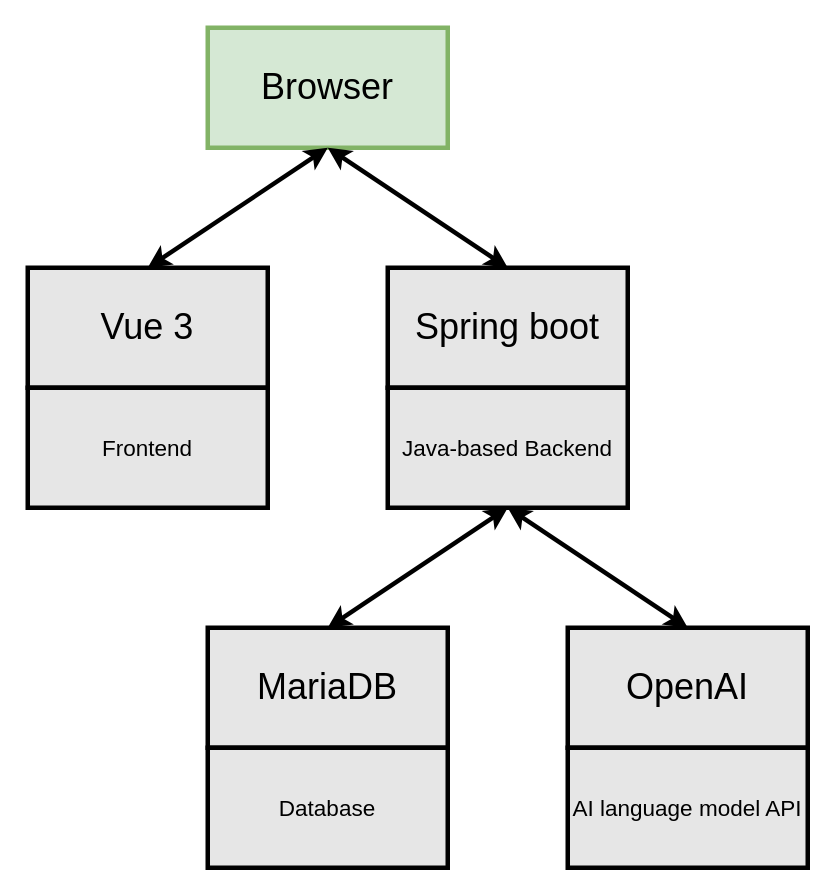
This is docs/architecture_diagram.drawio from spe-uob/2024-AILearningTool, a draw.io file, before an edit. Source tidied: cells renumbered, new cells numbered last; positions are measured from the earlier drawing's top-left corner, leaving out a move shared by most shapes. Both pictures are drawn from the tidied source at 150%, with x=0, y=0 at pixel (27, 27).
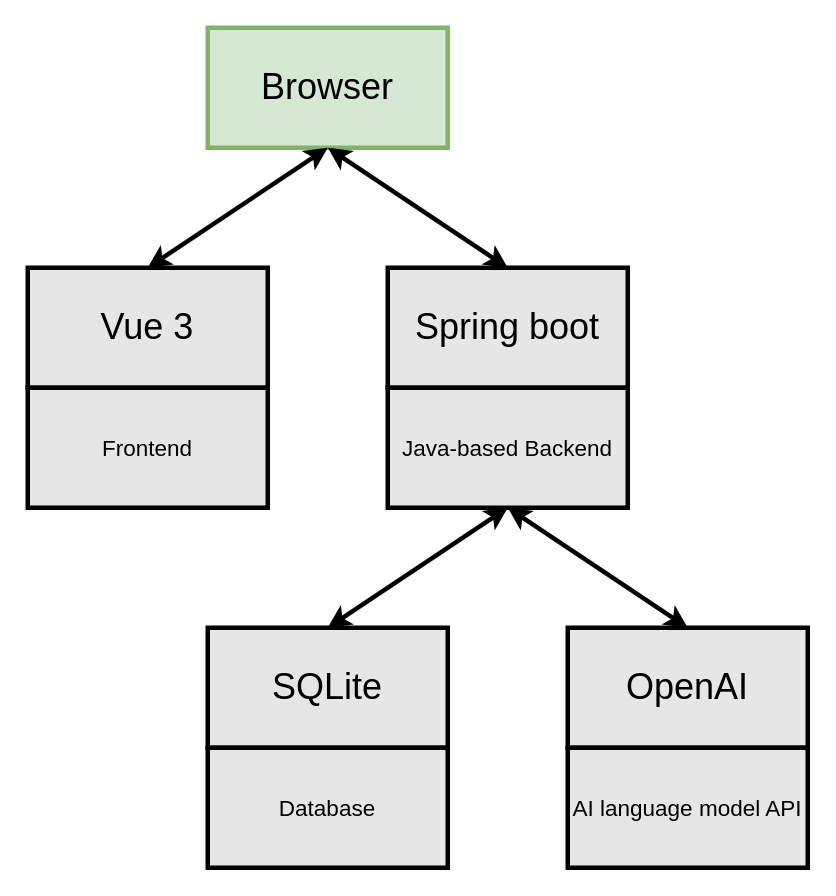
The same diagram, later.

Commit message (it also covers changes not shown here):
chore: Update the architecture diagram.

The edit, as a diff of the source:
```diff
@@
 <mxGraphModel>
   <root>
     <mxCell id="0" />
     <mxCell id="1" parent="0" />
     <mxCell id="2" value="&lt;div style=&quot;font-size: 24px;&quot;&gt;Browser&lt;/div&gt;" style="rounded=0;whiteSpace=wrap;html=1;fillColor=#d5e8d4;strokeColor=#82b366;strokeWidth=3;fontSize=24;" parent="1" vertex="1">
       <mxGeometry x="120" width="160" height="80" as="geometry" />
     </mxCell>
-    <mxCell id="3" value="MariaDB" style="rounded=0;whiteSpace=wrap;html=1;strokeWidth=3;fontSize=24;fillColor=#E6E6E6;" parent="1" vertex="1">
+    <mxCell id="3" value="SQLite" style="rounded=0;whiteSpace=wrap;html=1;strokeWidth=3;fontSize=24;fillColor=#E6E6E6;" parent="1" vertex="1">
       <mxGeometry x="120" y="400" width="160" height="80" as="geometry" />
     </mxCell>
     <mxCell id="4" value="&lt;div style=&quot;font-size: 15px;&quot;&gt;Database&lt;/div&gt;" style="rounded=0;whiteSpace=wrap;html=1;strokeWidth=3;fillColor=#E6E6E6;fontSize=15;" parent="1" vertex="1">
       <mxGeometry x="120" y="480" width="160" height="80" as="geometry" />
     </mxCell>
     <mxCell id="5" style="endArrow=classic;startArrow=classic;html=1;rounded=0;entryX=0.5;entryY=1;entryDx=0;entryDy=0;exitX=0.5;exitY=0;exitDx=0;exitDy=0;strokeWidth=3;" parent="1" edge="1" source="8" target="2">
       <mxGeometry relative="1" as="geometry" />
     </mxCell>
     <mxCell id="6" style="endArrow=classic;startArrow=classic;html=1;rounded=0;entryX=0.5;entryY=1;entryDx=0;entryDy=0;strokeWidth=3;exitX=0.5;exitY=0;exitDx=0;exitDy=0;" parent="1" edge="1" source="10" target="2">
       <mxGeometry relative="1" as="geometry" />
     </mxCell>
     <mxCell id="7" style="endArrow=classic;startArrow=classic;html=1;rounded=0;exitX=0.5;exitY=0;exitDx=0;exitDy=0;strokeWidth=3;entryX=0.5;entryY=1;entryDx=0;entryDy=0;" parent="1" edge="1" source="3" target="11">
       <mxGeometry relative="1" as="geometry" />
     </mxCell>
     <mxCell id="8" value="Vue 3" style="rounded=0;whiteSpace=wrap;html=1;strokeWidth=3;fontSize=24;fillColor=#E6E6E6;" parent="1" vertex="1">
       <mxGeometry y="160" width="160" height="80" as="geometry" />
     </mxCell>
     <mxCell id="9" value="&lt;div style=&quot;font-size: 15px;&quot;&gt;Frontend&lt;/div&gt;" style="rounded=0;whiteSpace=wrap;html=1;strokeWidth=3;fillColor=#E6E6E6;fontSize=15;" parent="1" vertex="1">
       <mxGeometry y="240" width="160" height="80" as="geometry" />
     </mxCell>
     <mxCell id="10" value="&lt;div style=&quot;font-size: 24px;&quot;&gt;Spring boot&lt;/div&gt;" style="rounded=0;whiteSpace=wrap;html=1;strokeWidth=3;fontSize=24;fillColor=#E6E6E6;" parent="1" vertex="1">
       <mxGeometry x="240" y="160" width="160" height="80" as="geometry" />
     </mxCell>
     <mxCell id="11" value="&lt;div style=&quot;font-size: 15px;&quot;&gt;Java-based Backend&lt;br style=&quot;font-size: 15px;&quot;&gt;&lt;/div&gt;" style="rounded=0;whiteSpace=wrap;html=1;strokeWidth=3;fillColor=#E6E6E6;fontSize=15;" parent="1" vertex="1">
       <mxGeometry x="240" y="240" width="160" height="80" as="geometry" />
     </mxCell>
     <mxCell id="12" value="&lt;div style=&quot;font-size: 24px;&quot;&gt;OpenAI&lt;br&gt;&lt;/div&gt;" style="rounded=0;whiteSpace=wrap;html=1;strokeWidth=3;fontSize=24;fillColor=#E6E6E6;" parent="1" vertex="1">
       <mxGeometry x="360" y="400" width="160" height="80" as="geometry" />
     </mxCell>
     <mxCell id="13" value="AI language model API" style="rounded=0;whiteSpace=wrap;html=1;strokeWidth=3;fillColor=#E6E6E6;fontSize=15;" parent="1" vertex="1">
       <mxGeometry x="360" y="480" width="160" height="80" as="geometry" />
     </mxCell>
     <mxCell id="14" style="endArrow=classic;startArrow=classic;html=1;rounded=0;exitX=0.5;exitY=0;exitDx=0;exitDy=0;strokeWidth=3;entryX=0.5;entryY=1;entryDx=0;entryDy=0;" parent="1" edge="1" source="12" target="11">
       <mxGeometry relative="1" as="geometry" />
     </mxCell>
   </root>
 </mxGraphModel>
```
